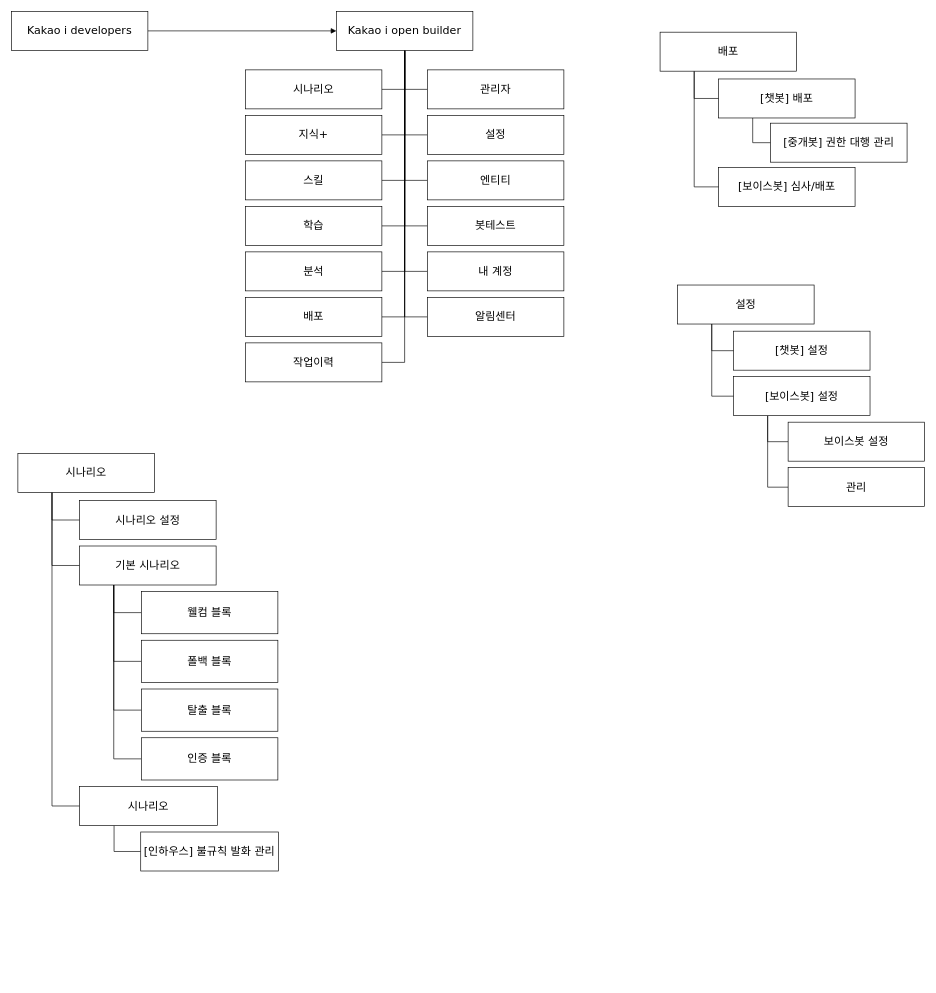
This is Untitled Diagram.drawio from ChoDragon9/posts, a draw.io file, before an edit. Source tidied: cells renumbered, new cells numbered last; positions are measured from the earlier drawing's top-left corner, leaving out a move shared by most shapes. Both pictures are drawn from the tidied source at 65%, with x=0, y=0 at pixel (11, 11).
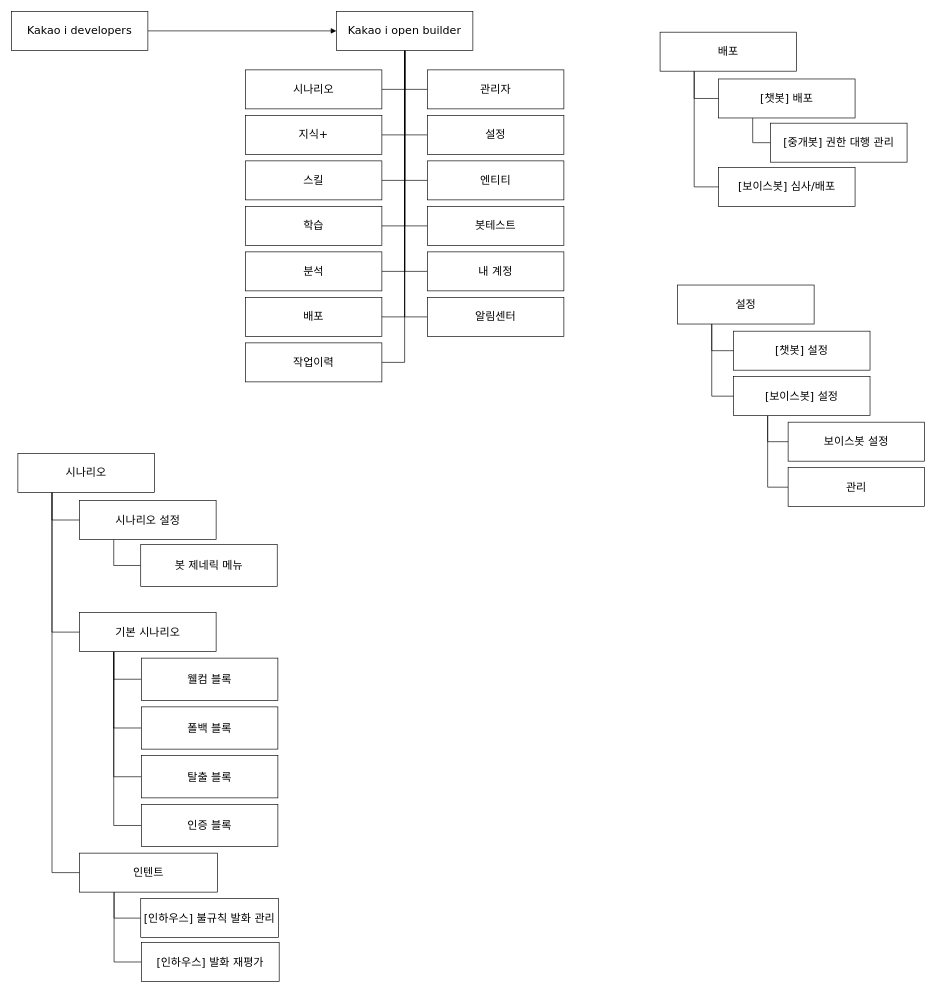
The same diagram, later.

The change refers to these unchanged cells:
```xml
<mxCell id="51" value="시나리오 설정&lt;br style=&quot;font-size: 17px&quot;&gt;" style="rounded=0;whiteSpace=wrap;html=1;fontFamily=Verdana;fontSize=17;" parent="1" vertex="1">
  <mxGeometry x="105" y="752.5" width="210" height="60" as="geometry" />
</mxCell>
```

The edit, as a diff of the source:
```diff
@@
+    <mxCell id="64" style="edgeStyle=orthogonalEdgeStyle;rounded=0;jettySize=auto;html=1;exitX=0.25;exitY=1;exitDx=0;exitDy=0;entryX=0;entryY=0.5;entryDx=0;entryDy=0;endArrow=none;endFill=0;fontFamily=Verdana;fontSize=17;" parent="1" edge="1" source="51" target="67">
+      <mxGeometry relative="1" as="geometry" />
+    </mxCell>
@@
     <mxCell id="56" value="기본 시나리오&lt;br style=&quot;font-size: 17px&quot;&gt;" style="rounded=0;whiteSpace=wrap;html=1;fontFamily=Verdana;fontSize=17;" parent="1" vertex="1">
-      <mxGeometry x="105" y="822.5" width="210" height="60" as="geometry" />
+      <mxGeometry x="105" y="925" width="210" height="60" as="geometry" />
     </mxCell>
     <mxCell id="57" value="웰컴 블록&lt;br style=&quot;font-size: 17px&quot;&gt;" style="rounded=0;whiteSpace=wrap;html=1;fontFamily=Verdana;fontSize=17;" parent="1" vertex="1">
-      <mxGeometry x="200" y="892.5" width="210" height="65" as="geometry" />
+      <mxGeometry x="200" y="995" width="210" height="65" as="geometry" />
     </mxCell>
     <mxCell id="58" value="폴백 블록&lt;br style=&quot;font-size: 17px&quot;&gt;" style="rounded=0;whiteSpace=wrap;html=1;fontFamily=Verdana;fontSize=17;" parent="1" vertex="1">
-      <mxGeometry x="200" y="967.5" width="210" height="65" as="geometry" />
+      <mxGeometry x="200" y="1070" width="210" height="65" as="geometry" />
     </mxCell>
     <mxCell id="59" value="탈출 블록&lt;br style=&quot;font-size: 17px&quot;&gt;" style="rounded=0;whiteSpace=wrap;html=1;fontFamily=Verdana;fontSize=17;" parent="1" vertex="1">
-      <mxGeometry x="200" y="1042.5" width="210" height="65" as="geometry" />
+      <mxGeometry x="200" y="1145" width="210" height="65" as="geometry" />
     </mxCell>
     <mxCell id="60" value="인증 블록&lt;br style=&quot;font-size: 17px&quot;&gt;" style="rounded=0;whiteSpace=wrap;html=1;fontFamily=Verdana;fontSize=17;" parent="1" vertex="1">
-      <mxGeometry x="200" y="1117.5" width="210" height="65" as="geometry" />
+      <mxGeometry x="200" y="1220" width="210" height="65" as="geometry" />
     </mxCell>
@@
+    <mxCell id="65" style="edgeStyle=orthogonalEdgeStyle;rounded=0;jettySize=auto;html=1;exitX=0.25;exitY=1;exitDx=0;exitDy=0;entryX=0;entryY=0.5;entryDx=0;entryDy=0;endArrow=none;endFill=0;fontFamily=Verdana;fontSize=17;" parent="1" edge="1" source="62" target="66">
+      <mxGeometry relative="1" as="geometry" />
+    </mxCell>
-    <mxCell id="62" value="시나리오&lt;br style=&quot;font-size: 17px&quot;&gt;" style="rounded=0;whiteSpace=wrap;html=1;fontFamily=Verdana;fontSize=17;" parent="1" vertex="1">
-      <mxGeometry x="105" y="1192.5" width="212" height="60" as="geometry" />
+    <mxCell id="62" value="인텐트&lt;br style=&quot;font-size: 17px&quot;&gt;" style="rounded=0;whiteSpace=wrap;html=1;fontFamily=Verdana;fontSize=17;" parent="1" vertex="1">
+      <mxGeometry x="105" y="1295" width="212" height="60" as="geometry" />
     </mxCell>
     <mxCell id="63" value="[인하우스] 불규칙 발화 관리&lt;br style=&quot;font-size: 17px&quot;&gt;" style="rounded=0;whiteSpace=wrap;html=1;fontFamily=Verdana;fontSize=17;" parent="1" vertex="1">
-      <mxGeometry x="199" y="1262.5" width="212" height="60" as="geometry" />
+      <mxGeometry x="199" y="1365" width="212" height="60" as="geometry" />
     </mxCell>
+    <mxCell id="66" value="[인하우스] 발화 재평가&lt;br style=&quot;font-size: 17px&quot;&gt;" style="rounded=0;whiteSpace=wrap;html=1;fontFamily=Verdana;fontSize=17;" parent="1" vertex="1">
+      <mxGeometry x="200" y="1432.5" width="212" height="60" as="geometry" />
+    </mxCell>
+    <mxCell id="67" value="봇 제네릭 메뉴&lt;br style=&quot;font-size: 17px&quot;&gt;" style="rounded=0;whiteSpace=wrap;html=1;fontFamily=Verdana;fontSize=17;" parent="1" vertex="1">
+      <mxGeometry x="199" y="820" width="210" height="65" as="geometry" />
+    </mxCell>
```
